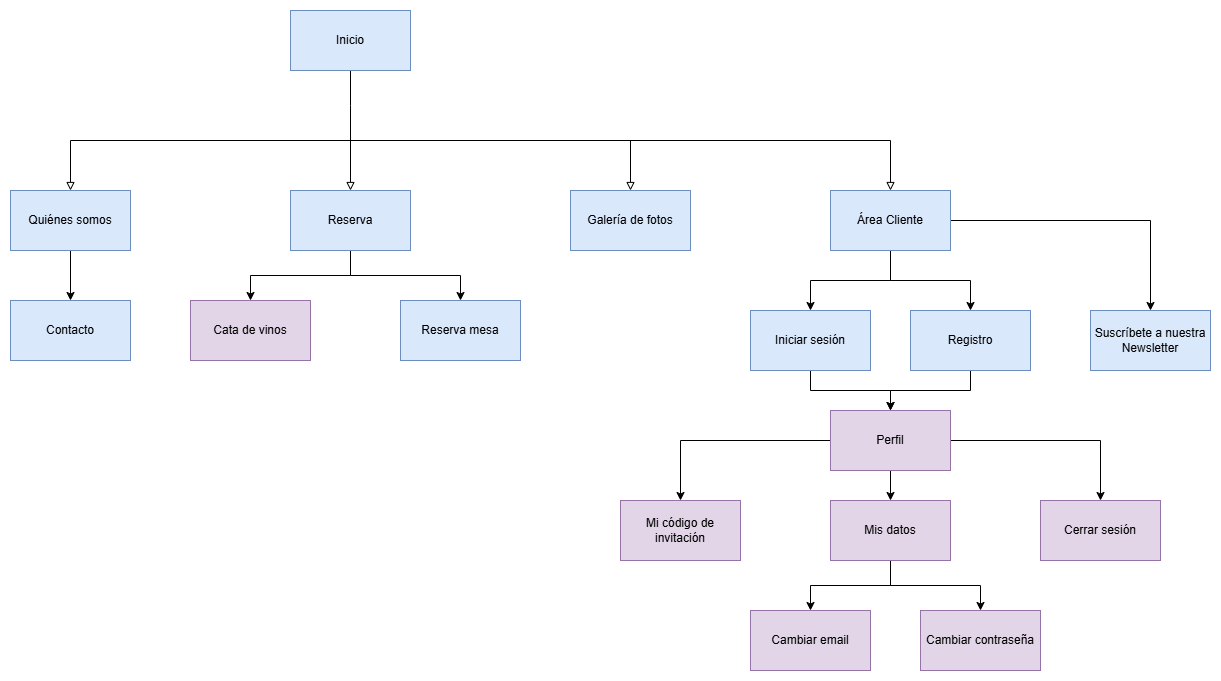
Before: P2/sitemap.png, a diagram exported from draw.io (DIU2-GP/UX_CaseStudy). Source tidied: cells renumbered, new cells last; positions are measured from the earlier drawing's top-left corner, leaving out a move shared by most shapes. The source it was exported from:
```xml
<mxGraphModel>
  <root>
    <mxCell id="0" />
    <mxCell id="1" parent="0" />
    <mxCell id="2" style="edgeStyle=orthogonalEdgeStyle;rounded=0;jettySize=auto;html=1;endArrow=none;startFill=0;" parent="1" edge="1" source="3">
      <mxGeometry relative="1" as="geometry">
        <mxPoint x="340" y="130" as="targetPoint" />
      </mxGeometry>
    </mxCell>
    <mxCell id="3" value="Inicio" style="rounded=0;whiteSpace=wrap;html=1;fillColor=#dae8fc;strokeColor=#6c8ebf;" parent="1" vertex="1">
      <mxGeometry x="280" width="120" height="60" as="geometry" />
    </mxCell>
    <mxCell id="4" style="endArrow=none;html=1;rounded=0;" parent="1" edge="1">
      <mxGeometry relative="1" as="geometry">
        <mxPoint x="60" y="130" as="sourcePoint" />
        <mxPoint x="880" y="130" as="targetPoint" />
      </mxGeometry>
    </mxCell>
    <mxCell id="5" style="endArrow=none;html=1;rounded=0;endFill=1;startArrow=block;startFill=0;" parent="1" edge="1" source="7">
      <mxGeometry relative="1" as="geometry">
        <mxPoint x="60" y="130" as="targetPoint" />
      </mxGeometry>
    </mxCell>
    <mxCell id="6" style="edgeStyle=orthogonalEdgeStyle;rounded=0;jettySize=auto;html=1;" parent="1" edge="1" source="7" target="37">
      <mxGeometry relative="1" as="geometry" />
    </mxCell>
    <mxCell id="7" value="Quiénes somos" style="rounded=0;whiteSpace=wrap;html=1;fillColor=#dae8fc;strokeColor=#6c8ebf;" parent="1" vertex="1">
      <mxGeometry y="180" width="120" height="60" as="geometry" />
    </mxCell>
    <mxCell id="8" style="edgeStyle=orthogonalEdgeStyle;rounded=0;jettySize=auto;html=1;" parent="1" edge="1" source="10" target="23">
      <mxGeometry relative="1" as="geometry" />
    </mxCell>
    <mxCell id="9" style="edgeStyle=orthogonalEdgeStyle;rounded=0;jettySize=auto;html=1;" parent="1" edge="1" source="10" target="24">
      <mxGeometry relative="1" as="geometry" />
    </mxCell>
    <mxCell id="10" value="Reserva" style="rounded=0;whiteSpace=wrap;html=1;fillColor=#dae8fc;strokeColor=#6c8ebf;" parent="1" vertex="1">
      <mxGeometry x="280" y="180" width="120" height="60" as="geometry" />
    </mxCell>
    <mxCell id="11" style="endArrow=none;html=1;rounded=0;endFill=1;startArrow=block;startFill=0;" parent="1" edge="1" source="10">
      <mxGeometry relative="1" as="geometry">
        <mxPoint x="340" y="130" as="targetPoint" />
      </mxGeometry>
    </mxCell>
    <mxCell id="12" style="endArrow=none;html=1;rounded=0;endFill=1;startArrow=block;startFill=0;" parent="1" edge="1" source="13">
      <mxGeometry relative="1" as="geometry">
        <mxPoint x="620" y="130" as="targetPoint" />
      </mxGeometry>
    </mxCell>
    <mxCell id="13" value="Galería de fotos" style="rounded=0;whiteSpace=wrap;html=1;fillColor=#dae8fc;strokeColor=#6c8ebf;" parent="1" vertex="1">
      <mxGeometry x="560" y="180" width="120" height="60" as="geometry" />
    </mxCell>
    <mxCell id="14" style="edgeStyle=orthogonalEdgeStyle;rounded=0;jettySize=auto;html=1;fillColor=#dae8fc;strokeColor=#000000;" parent="1" edge="1" source="17" target="20">
      <mxGeometry relative="1" as="geometry" />
    </mxCell>
    <mxCell id="15" style="edgeStyle=orthogonalEdgeStyle;rounded=0;jettySize=auto;html=1;" parent="1" edge="1" source="17" target="22">
      <mxGeometry relative="1" as="geometry" />
    </mxCell>
    <mxCell id="16" style="edgeStyle=orthogonalEdgeStyle;rounded=0;jettySize=auto;html=1;" parent="1" edge="1" source="17" target="25">
      <mxGeometry relative="1" as="geometry" />
    </mxCell>
    <mxCell id="17" value="Área Cliente" style="rounded=0;whiteSpace=wrap;html=1;fillColor=#dae8fc;strokeColor=#6c8ebf;" parent="1" vertex="1">
      <mxGeometry x="820" y="180" width="120" height="60" as="geometry" />
    </mxCell>
    <mxCell id="18" style="endArrow=none;html=1;rounded=0;endFill=1;startArrow=block;startFill=0;exitX=0.5;exitY=0;exitDx=0;exitDy=0;" parent="1" edge="1" source="17">
      <mxGeometry relative="1" as="geometry">
        <mxPoint x="880" y="130" as="targetPoint" />
      </mxGeometry>
    </mxCell>
    <mxCell id="19" style="edgeStyle=orthogonalEdgeStyle;rounded=0;jettySize=auto;html=1;" parent="1" edge="1" source="20" target="34">
      <mxGeometry relative="1" as="geometry" />
    </mxCell>
    <mxCell id="20" value="Iniciar sesión" style="rounded=0;whiteSpace=wrap;html=1;fillColor=#dae8fc;strokeColor=#6c8ebf;" parent="1" vertex="1">
      <mxGeometry x="740" y="300" width="120" height="60" as="geometry" />
    </mxCell>
    <mxCell id="21" style="edgeStyle=orthogonalEdgeStyle;rounded=0;jettySize=auto;html=1;" parent="1" edge="1" source="22" target="34">
      <mxGeometry relative="1" as="geometry" />
    </mxCell>
    <mxCell id="22" value="Registro" style="rounded=0;whiteSpace=wrap;html=1;fillColor=#dae8fc;strokeColor=#6c8ebf;" parent="1" vertex="1">
      <mxGeometry x="900" y="300" width="120" height="60" as="geometry" />
    </mxCell>
    <mxCell id="23" value="Reserva mesa" style="rounded=0;whiteSpace=wrap;html=1;fillColor=#dae8fc;strokeColor=#6c8ebf;" parent="1" vertex="1">
      <mxGeometry x="390" y="290" width="120" height="60" as="geometry" />
    </mxCell>
    <mxCell id="24" value="Cata de vinos" style="rounded=0;whiteSpace=wrap;html=1;fillColor=#e1d5e7;strokeColor=#9673a6;" parent="1" vertex="1">
      <mxGeometry x="180" y="290" width="120" height="60" as="geometry" />
    </mxCell>
    <mxCell id="25" value="Suscríbete a nuestra Newsletter" style="rounded=0;whiteSpace=wrap;html=1;fillColor=#dae8fc;strokeColor=#6c8ebf;" parent="1" vertex="1">
      <mxGeometry x="1080" y="300" width="120" height="60" as="geometry" />
    </mxCell>
    <mxCell id="26" style="edgeStyle=orthogonalEdgeStyle;rounded=0;jettySize=auto;html=1;" parent="1" edge="1" source="28" target="29">
      <mxGeometry relative="1" as="geometry" />
    </mxCell>
    <mxCell id="27" style="edgeStyle=orthogonalEdgeStyle;rounded=0;jettySize=auto;html=1;" parent="1" edge="1" source="28" target="30">
      <mxGeometry relative="1" as="geometry" />
    </mxCell>
    <mxCell id="28" value="Mis datos" style="rounded=0;whiteSpace=wrap;html=1;fillColor=#e1d5e7;strokeColor=#9673a6;" parent="1" vertex="1">
      <mxGeometry x="820" y="490" width="120" height="60" as="geometry" />
    </mxCell>
    <mxCell id="29" value="Cambiar contraseña" style="rounded=0;whiteSpace=wrap;html=1;fillColor=#e1d5e7;strokeColor=#9673a6;" parent="1" vertex="1">
      <mxGeometry x="910" y="600" width="120" height="60" as="geometry" />
    </mxCell>
    <mxCell id="30" value="Cambiar email" style="rounded=0;whiteSpace=wrap;html=1;fillColor=#e1d5e7;strokeColor=#9673a6;" parent="1" vertex="1">
      <mxGeometry x="740" y="600" width="120" height="60" as="geometry" />
    </mxCell>
    <mxCell id="31" style="edgeStyle=orthogonalEdgeStyle;rounded=0;jettySize=auto;html=1;" parent="1" edge="1" source="34" target="28">
      <mxGeometry relative="1" as="geometry" />
    </mxCell>
    <mxCell id="32" style="edgeStyle=orthogonalEdgeStyle;rounded=0;jettySize=auto;html=1;" parent="1" edge="1" source="34" target="35">
      <mxGeometry relative="1" as="geometry" />
    </mxCell>
    <mxCell id="33" style="edgeStyle=orthogonalEdgeStyle;rounded=0;jettySize=auto;html=1;" parent="1" edge="1" source="34" target="36">
      <mxGeometry relative="1" as="geometry" />
    </mxCell>
    <mxCell id="34" value="Perfil" style="rounded=0;whiteSpace=wrap;html=1;fillColor=#e1d5e7;strokeColor=#9673a6;" parent="1" vertex="1">
      <mxGeometry x="820" y="400" width="120" height="60" as="geometry" />
    </mxCell>
    <mxCell id="35" value="Cerrar sesión" style="rounded=0;whiteSpace=wrap;html=1;fillColor=#e1d5e7;strokeColor=#9673a6;" parent="1" vertex="1">
      <mxGeometry x="1030" y="490" width="120" height="60" as="geometry" />
    </mxCell>
    <mxCell id="36" value="Mi código de invitación" style="rounded=0;whiteSpace=wrap;html=1;fillColor=#e1d5e7;strokeColor=#9673a6;" parent="1" vertex="1">
      <mxGeometry x="610" y="490" width="120" height="60" as="geometry" />
    </mxCell>
    <mxCell id="37" value="Contacto" style="rounded=0;whiteSpace=wrap;html=1;fillColor=#dae8fc;strokeColor=#6c8ebf;" parent="1" vertex="1">
      <mxGeometry y="290" width="120" height="60" as="geometry" />
    </mxCell>
  </root>
</mxGraphModel>
```
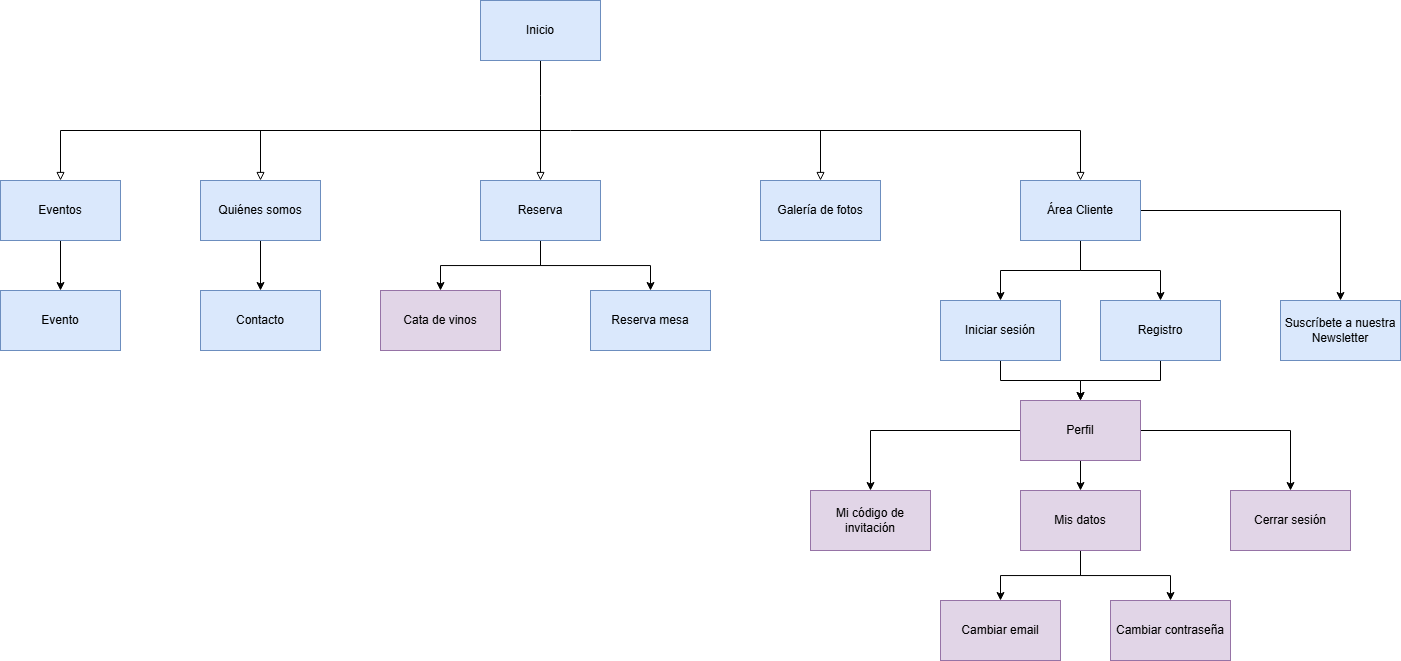
After the change.

Commit message:
Bocetos PagPrincipal, Eventos, Evento y Reserva + Fix Sitemap y Labelling + Fix Readme principal

What changed in the source:
```diff
@@ -12,7 +12,7 @@
     </mxCell>
     <mxCell id="4" style="endArrow=none;html=1;rounded=0;" parent="1" edge="1">
       <mxGeometry relative="1" as="geometry">
-        <mxPoint x="60" y="130" as="sourcePoint" />
+        <mxPoint x="-140" y="130" as="sourcePoint" />
         <mxPoint x="880" y="130" as="targetPoint" />
       </mxGeometry>
     </mxCell>
@@ -123,5 +123,19 @@
     <mxCell id="37" value="Contacto" style="rounded=0;whiteSpace=wrap;html=1;fillColor=#dae8fc;strokeColor=#6c8ebf;" parent="1" vertex="1">
       <mxGeometry y="290" width="120" height="60" as="geometry" />
     </mxCell>
+    <mxCell id="38" style="endArrow=none;html=1;rounded=0;endFill=1;startArrow=block;startFill=0;" parent="1" edge="1" source="40">
+      <mxGeometry relative="1" as="geometry">
+        <mxPoint x="-140" y="130" as="targetPoint" />
+      </mxGeometry>
+    </mxCell>
+    <mxCell id="39" style="edgeStyle=orthogonalEdgeStyle;rounded=0;jettySize=auto;html=1;" parent="1" edge="1" source="40" target="41">
+      <mxGeometry relative="1" as="geometry" />
+    </mxCell>
+    <mxCell id="40" value="Eventos" style="rounded=0;whiteSpace=wrap;html=1;fillColor=#dae8fc;strokeColor=#6c8ebf;" parent="1" vertex="1">
+      <mxGeometry x="-200" y="180" width="120" height="60" as="geometry" />
+    </mxCell>
+    <mxCell id="41" value="Evento" style="rounded=0;whiteSpace=wrap;html=1;fillColor=#dae8fc;strokeColor=#6c8ebf;" parent="1" vertex="1">
+      <mxGeometry x="-200" y="290" width="120" height="60" as="geometry" />
+    </mxCell>
   </root>
 </mxGraphModel>
```
